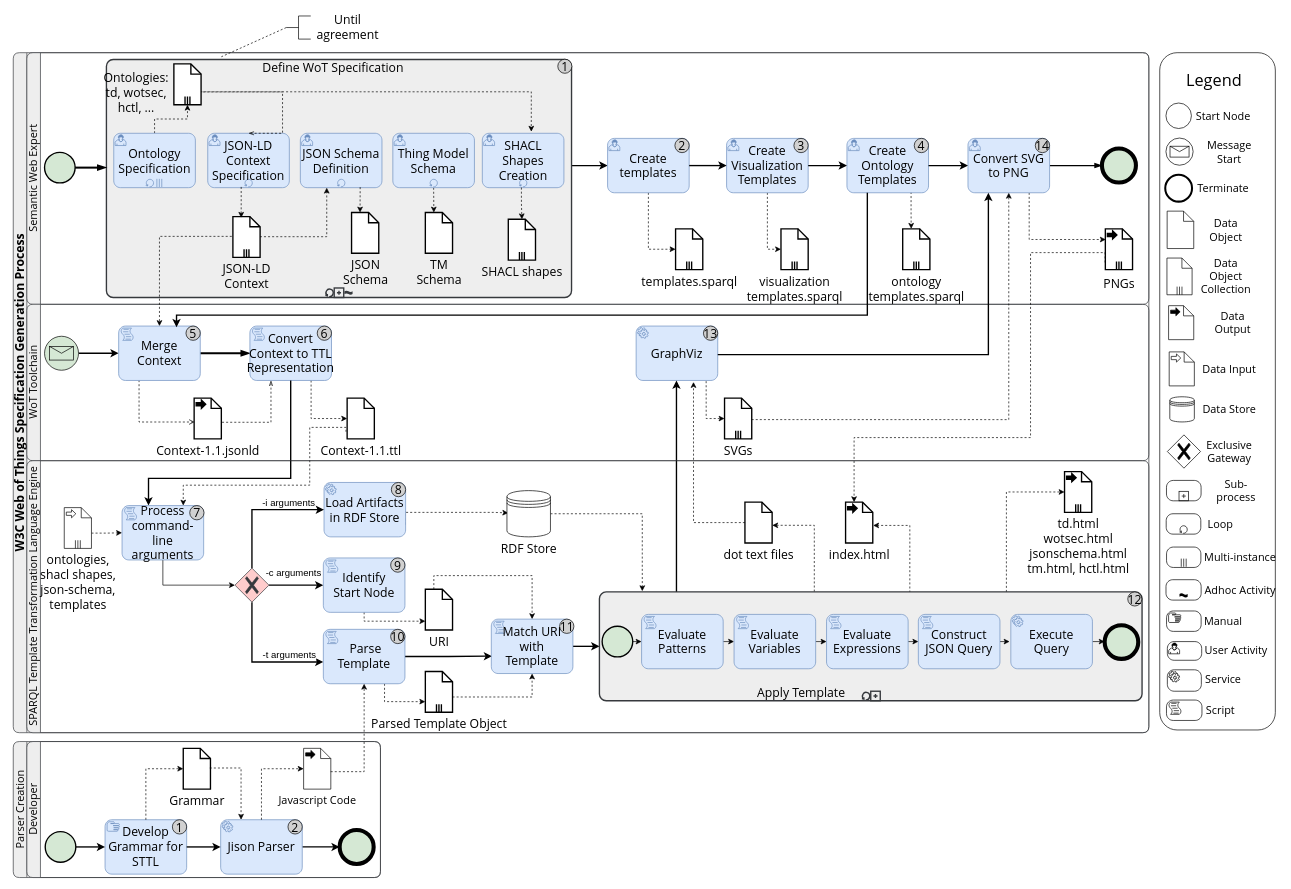
Above: toolchain/wot-toolchain-bpmn.drawio in w3c/wot-thing-description (draw.io), before the change. Source tidied: cells renumbered, new cells numbered last; positions are measured from the earlier drawing's top-left corner, leaving out a move shared by most shapes. Both pictures are drawn from the tidied source at 68%, with x=0, y=0 at pixel (13, 16).
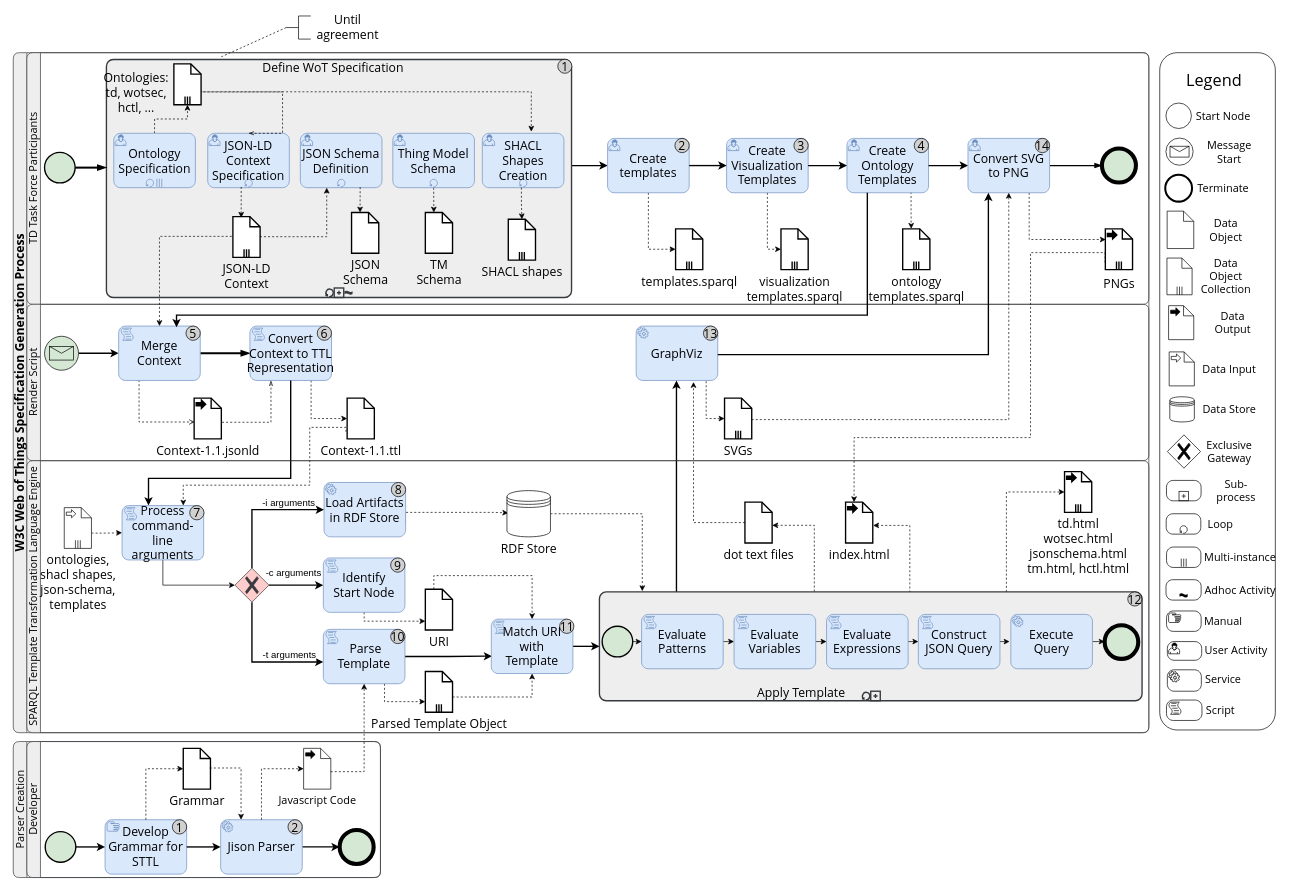
After the change.

Commit message (it also covers changes not shown here):
update role names

The change refers to these unchanged cells:
```xml
<mxCell id="2" value="&lt;font style=&quot;font-size: 18px;&quot; face=&quot;Open Sans&quot;&gt;W3C Web of Things Specification Generation Process&lt;/font&gt;" style="swimlane;html=1;horizontal=0;startSize=20;whiteSpace=wrap;fillColor=#eeeeee;strokeColor=#36393d;rounded=1;" parent="1" vertex="1">
  <mxGeometry y="54" width="1670" height="1000" as="geometry" />
</mxCell>
```

Diff of the diagram source:
```diff
@@
-    <mxCell id="3" value="&lt;font face=&quot;Open Sans&quot; style=&quot;font-size: 16px; font-weight: normal;&quot;&gt;Semantic Web Expert&lt;/font&gt;" style="swimlane;html=1;startSize=20;horizontal=0;rotation=0;fillColor=#eeeeee;strokeColor=#36393d;rounded=1;" parent="2" vertex="1">
+    <mxCell id="3" value="&lt;font face=&quot;Open Sans&quot; style=&quot;font-size: 16px; font-weight: normal;&quot;&gt;TD Task Force Participants&lt;/font&gt;" style="swimlane;html=1;startSize=20;horizontal=0;rotation=0;fillColor=#eeeeee;strokeColor=#36393d;rounded=1;" parent="2" vertex="1">
       <mxGeometry x="20" width="1650" height="370" as="geometry" />
     </mxCell>
@@
-    <mxCell id="45" value="&lt;font style=&quot;font-size: 16px; font-weight: normal;&quot; face=&quot;Open Sans&quot;&gt;WoT Toolchain&lt;/font&gt;" style="swimlane;html=1;startSize=20;horizontal=0;rotation=0;fillColor=#eeeeee;strokeColor=#36393d;rounded=1;swimlaneLine=1;glass=0;shadow=0;" parent="2" vertex="1">
+    <mxCell id="45" value="&lt;font face=&quot;Open Sans&quot;&gt;&lt;span style=&quot;font-size: 16px; font-weight: 400;&quot;&gt;Render Script&lt;br&gt;&lt;/span&gt;&lt;/font&gt;" style="swimlane;html=1;startSize=20;horizontal=0;rotation=0;fillColor=#eeeeee;strokeColor=#36393d;rounded=1;swimlaneLine=1;glass=0;shadow=0;" parent="2" vertex="1">
       <mxGeometry x="20" y="370" width="1650" height="230" as="geometry" />
     </mxCell>
```
